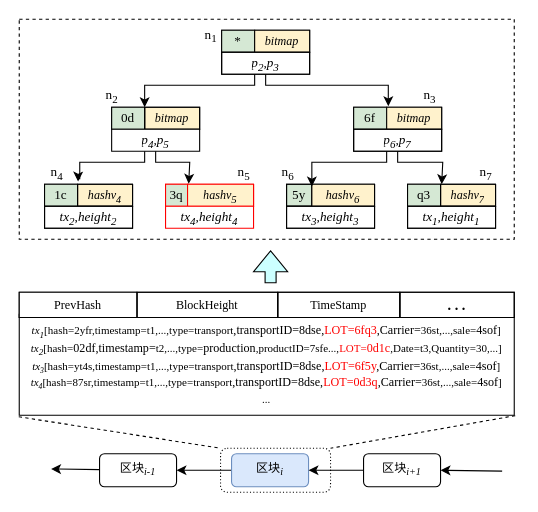
jue73/7339 keeps this draw.io diagram as page "3.5" (8 of 21) of 未命名绘图.drawio. Above is the earlier version. Source tidied: cells renumbered, new cells numbered last; positions are measured from the earlier drawing's top-left corner, leaving out a move shared by most shapes. Both pictures are drawn from the tidied source at 110%, with x=0, y=0 at pixel (19, 19).
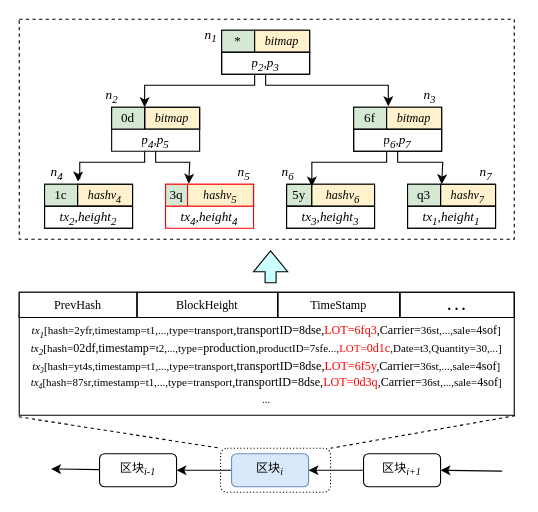
After the change.

Commit message (it also covers changes not shown here):
更新未命名绘图.drawio

Change to the diagram source:
```diff
@@
-    <mxCell id="51" value="&lt;font face=&quot;Times New Roman&quot;&gt;n&lt;sub&gt;4&lt;/sub&gt;&lt;/font&gt;" style="text;html=1;align=center;verticalAlign=middle;strokeColor=none;fillColor=none;" parent="1" vertex="1">
+    <mxCell id="51" value="&lt;font face=&quot;Times New Roman&quot;&gt;&lt;i&gt;n&lt;sub&gt;4&lt;/sub&gt;&lt;/i&gt;&lt;/font&gt;" style="text;html=1;align=center;verticalAlign=middle;strokeColor=none;fillColor=none;" parent="1" vertex="1">
       <mxGeometry x="19" y="125" width="30" height="30" as="geometry" />
     </mxCell>
@@
-    <mxCell id="75" value="&lt;font face=&quot;Times New Roman&quot;&gt;n&lt;sub&gt;1&lt;/sub&gt;&lt;/font&gt;" style="text;html=1;align=center;verticalAlign=middle;strokeColor=none;fillColor=none;" parent="1" vertex="1">
+    <mxCell id="75" value="&lt;font face=&quot;Times New Roman&quot;&gt;&lt;i&gt;n&lt;sub&gt;1&lt;/sub&gt;&lt;/i&gt;&lt;/font&gt;" style="text;html=1;align=center;verticalAlign=middle;strokeColor=none;fillColor=none;" parent="1" vertex="1">
       <mxGeometry x="159" width="30" height="30" as="geometry" />
     </mxCell>
-    <mxCell id="76" value="&lt;font face=&quot;Times New Roman&quot;&gt;n&lt;sub&gt;2&lt;/sub&gt;&lt;/font&gt;" style="text;html=1;align=center;verticalAlign=middle;strokeColor=none;fillColor=none;" parent="1" vertex="1">
+    <mxCell id="76" value="&lt;font face=&quot;Times New Roman&quot;&gt;&lt;i&gt;n&lt;sub&gt;2&lt;/sub&gt;&lt;/i&gt;&lt;/font&gt;" style="text;html=1;align=center;verticalAlign=middle;strokeColor=none;fillColor=none;" parent="1" vertex="1">
       <mxGeometry x="69" y="55" width="30" height="30" as="geometry" />
     </mxCell>
-    <mxCell id="77" value="&lt;font face=&quot;Times New Roman&quot;&gt;n&lt;sub&gt;3&lt;/sub&gt;&lt;/font&gt;" style="text;html=1;align=center;verticalAlign=middle;strokeColor=none;fillColor=none;" parent="1" vertex="1">
+    <mxCell id="77" value="&lt;font face=&quot;Times New Roman&quot;&gt;&lt;i&gt;n&lt;sub&gt;3&lt;/sub&gt;&lt;/i&gt;&lt;/font&gt;" style="text;html=1;align=center;verticalAlign=middle;strokeColor=none;fillColor=none;" parent="1" vertex="1">
       <mxGeometry x="358" y="55" width="30" height="30" as="geometry" />
     </mxCell>
-    <mxCell id="78" value="&lt;font face=&quot;Times New Roman&quot;&gt;n&lt;sub&gt;5&lt;/sub&gt;&lt;/font&gt;" style="text;html=1;align=center;verticalAlign=middle;strokeColor=none;fillColor=none;" parent="1" vertex="1">
+    <mxCell id="78" value="&lt;font face=&quot;Times New Roman&quot;&gt;&lt;i&gt;n&lt;sub&gt;5&lt;/sub&gt;&lt;/i&gt;&lt;/font&gt;" style="text;html=1;align=center;verticalAlign=middle;strokeColor=none;fillColor=none;" parent="1" vertex="1">
       <mxGeometry x="189" y="125" width="30" height="30" as="geometry" />
     </mxCell>
-    <mxCell id="79" value="&lt;font face=&quot;Times New Roman&quot;&gt;n&lt;sub&gt;6&lt;/sub&gt;&lt;/font&gt;" style="text;html=1;align=center;verticalAlign=middle;strokeColor=none;fillColor=none;" parent="1" vertex="1">
+    <mxCell id="79" value="&lt;font face=&quot;Times New Roman&quot;&gt;&lt;i&gt;n&lt;sub&gt;6&lt;/sub&gt;&lt;/i&gt;&lt;/font&gt;" style="text;html=1;align=center;verticalAlign=middle;strokeColor=none;fillColor=none;" parent="1" vertex="1">
       <mxGeometry x="229" y="125" width="30" height="30" as="geometry" />
     </mxCell>
-    <mxCell id="80" value="&lt;font face=&quot;Times New Roman&quot;&gt;n&lt;sub&gt;7&lt;/sub&gt;&lt;/font&gt;" style="text;html=1;align=center;verticalAlign=middle;strokeColor=none;fillColor=none;" parent="1" vertex="1">
+    <mxCell id="80" value="&lt;font face=&quot;Times New Roman&quot;&gt;&lt;i&gt;n&lt;sub&gt;7&lt;/sub&gt;&lt;/i&gt;&lt;/font&gt;" style="text;html=1;align=center;verticalAlign=middle;strokeColor=none;fillColor=none;" parent="1" vertex="1">
       <mxGeometry x="409" y="125" width="30" height="30" as="geometry" />
     </mxCell>
```
